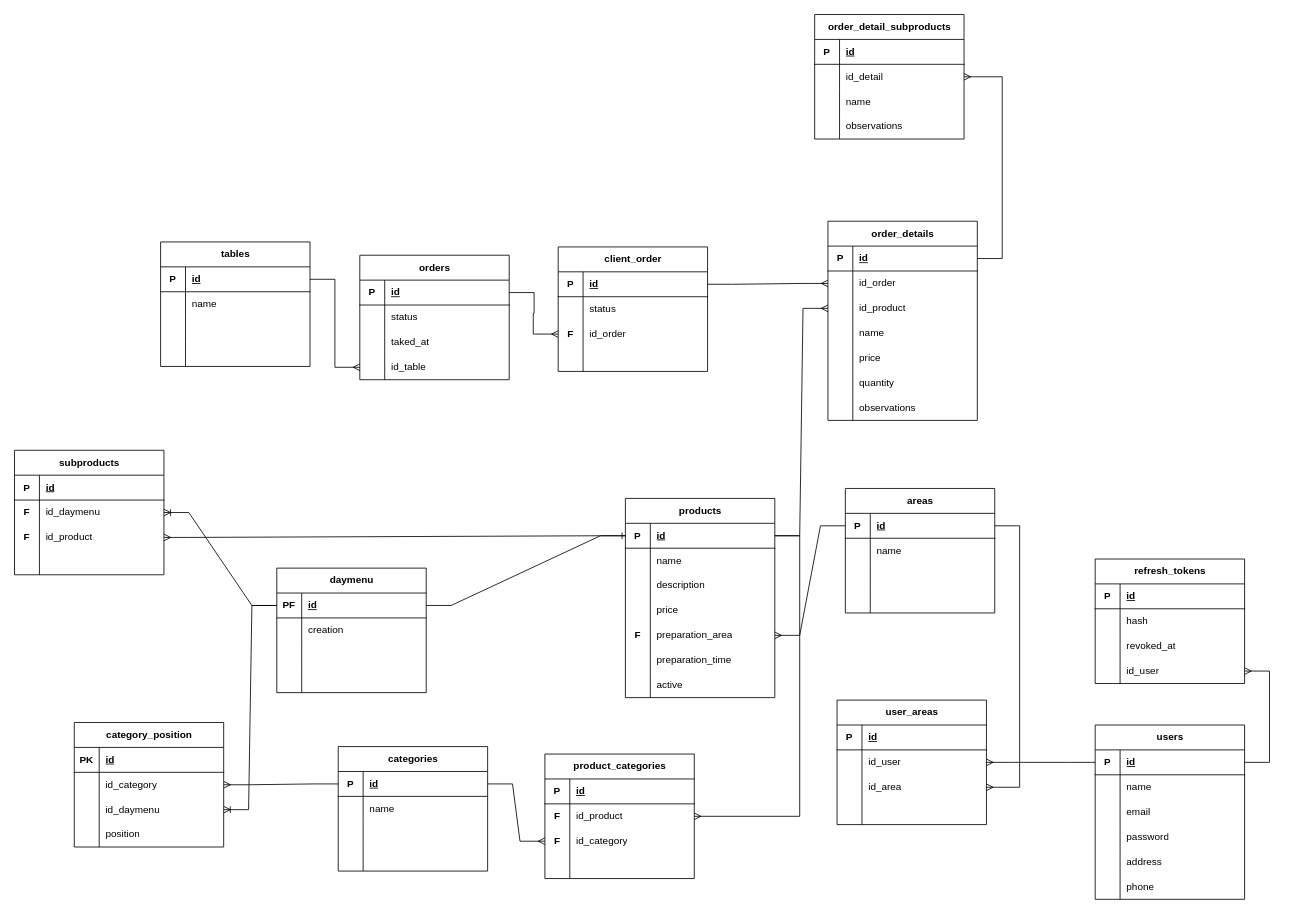
Above: docs/aros_db_model.drawio in Jorge-ivan-aa/aros_api (draw.io), before the change. Source tidied: cells renumbered, new cells numbered last; positions are measured from the earlier drawing's top-left corner, leaving out a move shared by most shapes. Both pictures are drawn from the tidied source at 83%, with x=0, y=0 at pixel (14, 14).
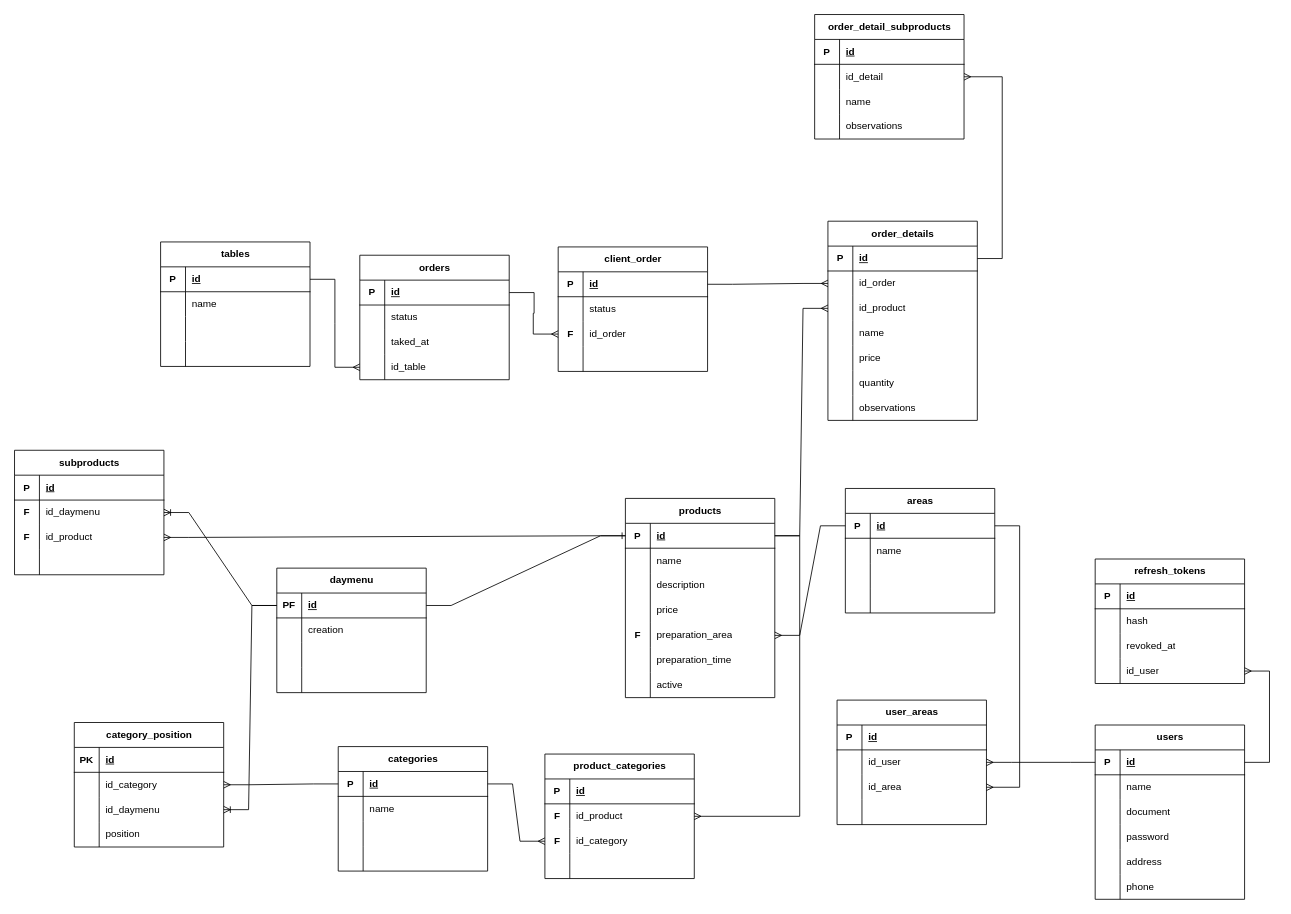
Above is the later version.

The change refers to these unchanged cells:
```xml
<mxCell id="9" style="shape=tableRow;horizontal=0;startSize=0;swimlaneHead=0;swimlaneBody=0;fillColor=none;top=0;left=0;right=0;bottom=0;" parent="2" vertex="1">
  <mxGeometry y="90" width="180" height="30" as="geometry" />
</mxCell>
```

The edit, as a diff of the source:
```diff
@@
-    <mxCell id="11" value="email" style="shape=partialRectangle;fillColor=none;top=0;left=0;bottom=0;right=0;align=left;spacingLeft=6;overflow=hidden;whiteSpace=wrap;html=1;" parent="9" vertex="1">
+    <mxCell id="11" value="document" style="shape=partialRectangle;fillColor=none;top=0;left=0;bottom=0;right=0;align=left;spacingLeft=6;overflow=hidden;whiteSpace=wrap;html=1;" parent="9" vertex="1">
       <mxGeometry x="30" width="150" height="30" as="geometry" />
     </mxCell>
```
